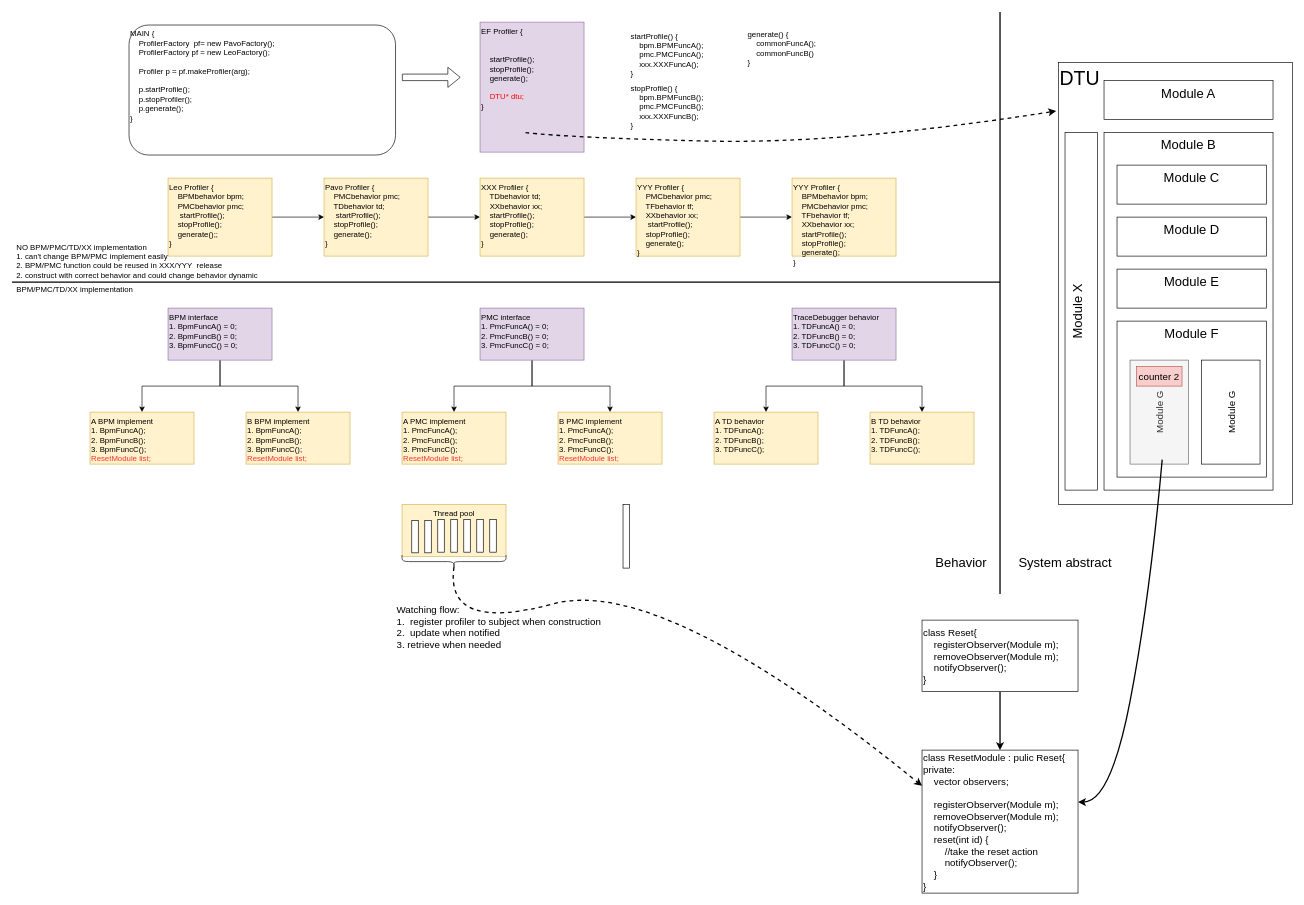
This is page "Page-2" (2 of 3) of diagram/bpm.drawio from dracohan/withon, a draw.io file, before an edit. Source tidied: cells renumbered, new cells numbered last; positions are measured from the earlier drawing's top-left corner, leaving out a move shared by most shapes. Both pictures are drawn from the tidied source at 65%, with x=0, y=0 at pixel (12, 12).
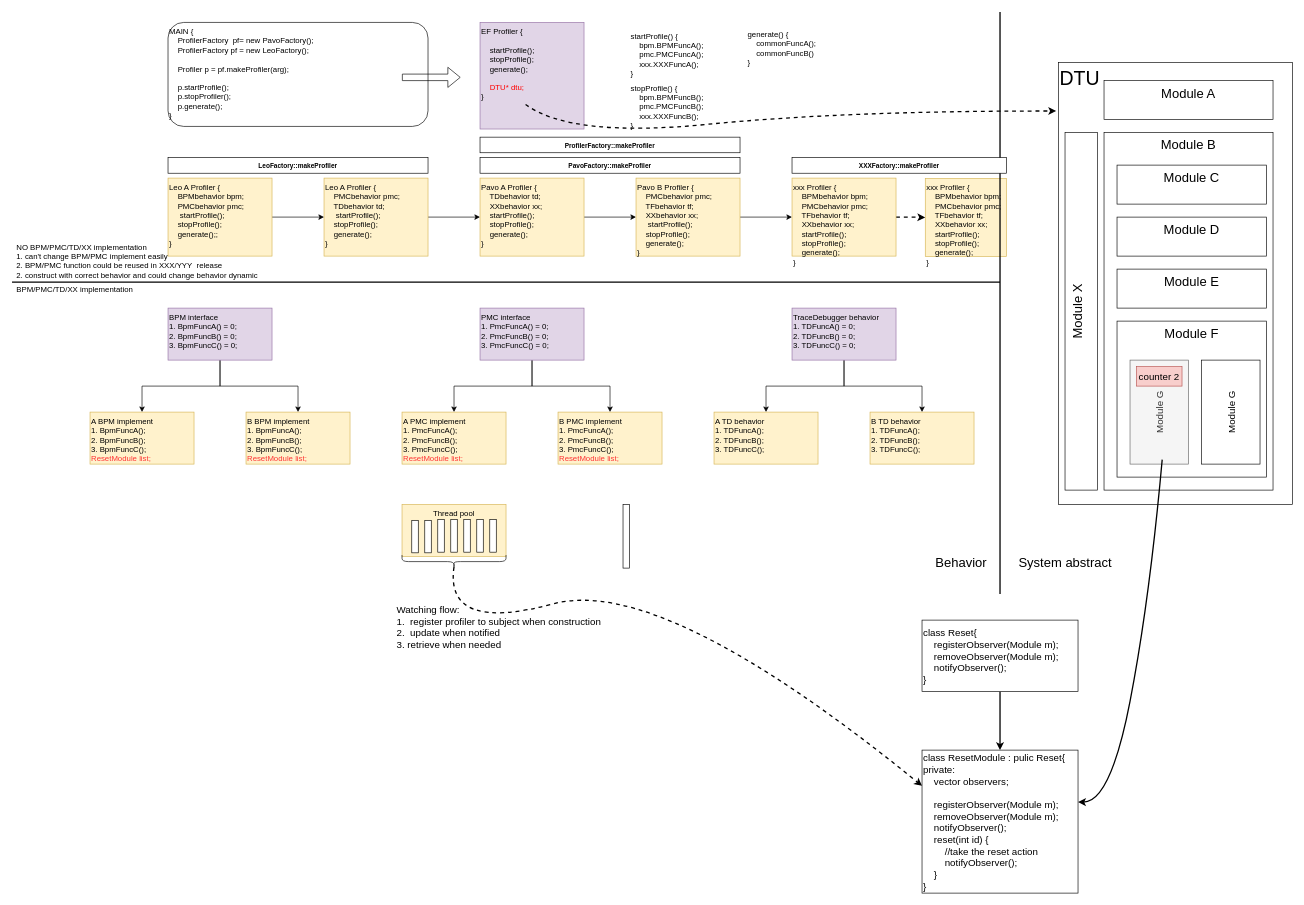
The same diagram, later.

What changed in the source:
```diff
@@
-    <mxCell id="13" value="Pavo Profiler {&lt;br&gt;&amp;nbsp; &amp;nbsp; PMCbehavior pmc;&lt;br&gt;&amp;nbsp; &amp;nbsp; TDbehavior td;&lt;br&gt;&amp;nbsp; &amp;nbsp; &amp;nbsp;startProfile();&lt;br&gt;&amp;nbsp; &amp;nbsp;&amp;nbsp;stopProfile();&lt;br&gt;&amp;nbsp; &amp;nbsp; generate();&lt;br&gt;}" style="rounded=0;whiteSpace=wrap;html=1;align=left;verticalAlign=top;fillColor=#fff2cc;strokeColor=#d6b656;" parent="1" vertex="1">
+    <mxCell id="13" value="Leo A Profiler {&lt;br&gt;&amp;nbsp; &amp;nbsp; PMCbehavior pmc;&lt;br&gt;&amp;nbsp; &amp;nbsp; TDbehavior td;&lt;br&gt;&amp;nbsp; &amp;nbsp; &amp;nbsp;startProfile();&lt;br&gt;&amp;nbsp; &amp;nbsp;&amp;nbsp;stopProfile();&lt;br&gt;&amp;nbsp; &amp;nbsp; generate();&lt;br&gt;}" style="rounded=0;whiteSpace=wrap;html=1;align=left;verticalAlign=top;fillColor=#fff2cc;strokeColor=#d6b656;" parent="1" vertex="1">
       <mxGeometry x="480" y="255.5" width="160" height="120" as="geometry" />
     </mxCell>
@@
-    <mxCell id="15" value="Leo Profiler {&lt;br&gt;&amp;nbsp; &amp;nbsp; BPMbehavior bpm;&lt;br&gt;&amp;nbsp; &amp;nbsp; PMCbehavior pmc;&lt;br&gt;&amp;nbsp; &amp;nbsp; &amp;nbsp;startProfile();&lt;br&gt;&amp;nbsp; &amp;nbsp;&amp;nbsp;stopProfile();&lt;br&gt;&amp;nbsp; &amp;nbsp; generate();;&lt;br&gt;}" style="rounded=0;whiteSpace=wrap;html=1;align=left;verticalAlign=top;fillColor=#fff2cc;strokeColor=#d6b656;" parent="1" vertex="1">
+    <mxCell id="15" value="Leo A Profiler {&lt;br&gt;&amp;nbsp; &amp;nbsp; BPMbehavior bpm;&lt;br&gt;&amp;nbsp; &amp;nbsp; PMCbehavior pmc;&lt;br&gt;&amp;nbsp; &amp;nbsp; &amp;nbsp;startProfile();&lt;br&gt;&amp;nbsp; &amp;nbsp;&amp;nbsp;stopProfile();&lt;br&gt;&amp;nbsp; &amp;nbsp; generate();;&lt;br&gt;}" style="rounded=0;whiteSpace=wrap;html=1;align=left;verticalAlign=top;fillColor=#fff2cc;strokeColor=#d6b656;" parent="1" vertex="1">
       <mxGeometry x="240" y="255.5" width="160" height="120" as="geometry" />
     </mxCell>
@@
-    <mxCell id="17" value="XXX Profiler {&lt;br&gt;&amp;nbsp; &amp;nbsp; TDbehavior td;&lt;br&gt;&amp;nbsp; &amp;nbsp; XXbehavior xx;&lt;br&gt;&amp;nbsp; &amp;nbsp;&amp;nbsp;startProfile();&lt;br&gt;&amp;nbsp; &amp;nbsp;&amp;nbsp;stopProfile();&lt;br&gt;&amp;nbsp; &amp;nbsp; generate();&lt;br&gt;}" style="rounded=0;whiteSpace=wrap;html=1;align=left;verticalAlign=top;fillColor=#fff2cc;strokeColor=#d6b656;" parent="1" vertex="1">
+    <mxCell id="17" value="Pavo A Profiler {&lt;br&gt;&amp;nbsp; &amp;nbsp; TDbehavior td;&lt;br&gt;&amp;nbsp; &amp;nbsp; XXbehavior xx;&lt;br&gt;&amp;nbsp; &amp;nbsp;&amp;nbsp;startProfile();&lt;br&gt;&amp;nbsp; &amp;nbsp;&amp;nbsp;stopProfile();&lt;br&gt;&amp;nbsp; &amp;nbsp; generate();&lt;br&gt;}" style="rounded=0;whiteSpace=wrap;html=1;align=left;verticalAlign=top;fillColor=#fff2cc;strokeColor=#d6b656;" parent="1" vertex="1">
       <mxGeometry x="720" y="255.5" width="160" height="120" as="geometry" />
     </mxCell>
-    <mxCell id="18" value="EF Profiler {&lt;br&gt;&lt;br&gt;&lt;br&gt;&amp;nbsp; &amp;nbsp; startProfile();&lt;br&gt;&amp;nbsp; &amp;nbsp;&amp;nbsp;stopProfile();&lt;br&gt;&amp;nbsp; &amp;nbsp; generate();&lt;br&gt;&lt;br&gt;&amp;nbsp; &amp;nbsp;&lt;font color=&quot;#ff0000&quot;&gt; DTU* dtu;&lt;/font&gt;&lt;br&gt;}" style="rounded=0;whiteSpace=wrap;html=1;align=left;verticalAlign=top;fillColor=#e1d5e7;strokeColor=#9673a6;" parent="1" vertex="1">
-      <mxGeometry x="720" y="15.5" width="160" height="200" as="geometry" />
+    <mxCell id="18" value="EF Profiler {&lt;br&gt;&lt;br&gt;&amp;nbsp; &amp;nbsp; startProfile();&lt;br&gt;&amp;nbsp; &amp;nbsp;&amp;nbsp;stopProfile();&lt;br&gt;&amp;nbsp; &amp;nbsp; generate();&lt;br&gt;&lt;br&gt;&amp;nbsp; &amp;nbsp;&lt;font color=&quot;#ff0000&quot;&gt; DTU* dtu;&lt;/font&gt;&lt;br&gt;}" style="rounded=0;whiteSpace=wrap;html=1;align=left;verticalAlign=top;fillColor=#e1d5e7;strokeColor=#9673a6;" parent="1" vertex="1">
+      <mxGeometry x="720" y="16" width="160" height="164" as="geometry" />
     </mxCell>
@@
-    <mxCell id="25" value="YYY Profiler {&lt;br&gt;&amp;nbsp; &amp;nbsp; PMCbehavior pmc;&lt;br&gt;&amp;nbsp; &amp;nbsp; TFbehavior tf;&lt;br&gt;&amp;nbsp; &amp;nbsp; XXbehavior xx;&lt;br&gt;&amp;nbsp; &amp;nbsp;&amp;nbsp;&amp;nbsp;startProfile();&lt;br&gt;&amp;nbsp; &amp;nbsp;&amp;nbsp;stopProfile();&lt;br&gt;&amp;nbsp; &amp;nbsp; generate();&lt;br&gt;}" style="rounded=0;whiteSpace=wrap;html=1;align=left;verticalAlign=top;fillColor=#fff2cc;strokeColor=#d6b656;" parent="1" vertex="1">
+    <mxCell id="25" value="Pavo B Profiler {&lt;br&gt;&amp;nbsp; &amp;nbsp; PMCbehavior pmc;&lt;br&gt;&amp;nbsp; &amp;nbsp; TFbehavior tf;&lt;br&gt;&amp;nbsp; &amp;nbsp; XXbehavior xx;&lt;br&gt;&amp;nbsp; &amp;nbsp;&amp;nbsp;&amp;nbsp;startProfile();&lt;br&gt;&amp;nbsp; &amp;nbsp;&amp;nbsp;stopProfile();&lt;br&gt;&amp;nbsp; &amp;nbsp; generate();&lt;br&gt;}" style="rounded=0;whiteSpace=wrap;html=1;align=left;verticalAlign=top;fillColor=#fff2cc;strokeColor=#d6b656;" parent="1" vertex="1">
       <mxGeometry x="960" y="255.5" width="160" height="120" as="geometry" />
     </mxCell>
+    <mxCell id="66" style="edgeStyle=orthogonalEdgeStyle;rounded=0;jettySize=auto;html=1;dashed=1;startArrow=none;startFill=0;endArrow=classic;endFill=1;strokeWidth=2;fontSize=10;" parent="1" edge="1" source="26" target="67">
+      <mxGeometry relative="1" as="geometry" />
+    </mxCell>
-    <mxCell id="26" value="YYY Profiler {&lt;br&gt;&amp;nbsp; &amp;nbsp; BPMbehavior bpm;&lt;br&gt;&amp;nbsp; &amp;nbsp; PMCbehavior pmc;&lt;br&gt;&amp;nbsp; &amp;nbsp; TFbehavior tf;&lt;br&gt;&amp;nbsp; &amp;nbsp; XXbehavior xx;&lt;br&gt;&amp;nbsp; &amp;nbsp;&amp;nbsp;startProfile();&lt;br&gt;&amp;nbsp; &amp;nbsp;&amp;nbsp;stopProfile();&lt;br&gt;&amp;nbsp; &amp;nbsp; generate();&lt;br&gt;}" style="rounded=0;whiteSpace=wrap;html=1;align=left;verticalAlign=top;fillColor=#fff2cc;strokeColor=#d6b656;" parent="1" vertex="1">
+    <mxCell id="26" value="xxx Profiler {&lt;br&gt;&amp;nbsp; &amp;nbsp; BPMbehavior bpm;&lt;br&gt;&amp;nbsp; &amp;nbsp; PMCbehavior pmc;&lt;br&gt;&amp;nbsp; &amp;nbsp; TFbehavior tf;&lt;br&gt;&amp;nbsp; &amp;nbsp; XXbehavior xx;&lt;br&gt;&amp;nbsp; &amp;nbsp;&amp;nbsp;startProfile();&lt;br&gt;&amp;nbsp; &amp;nbsp;&amp;nbsp;stopProfile();&lt;br&gt;&amp;nbsp; &amp;nbsp; generate();&lt;br&gt;}" style="rounded=0;whiteSpace=wrap;html=1;align=left;verticalAlign=top;fillColor=#fff2cc;strokeColor=#d6b656;" parent="1" vertex="1">
       <mxGeometry x="1200" y="255.5" width="160" height="120" as="geometry" />
     </mxCell>
+    <mxCell id="67" value="xxx Profiler {&lt;br&gt;&amp;nbsp; &amp;nbsp; BPMbehavior bpm;&lt;br&gt;&amp;nbsp; &amp;nbsp; PMCbehavior pmc;&lt;br&gt;&amp;nbsp; &amp;nbsp; TFbehavior tf;&lt;br&gt;&amp;nbsp; &amp;nbsp; XXbehavior xx;&lt;br&gt;&amp;nbsp; &amp;nbsp;&amp;nbsp;startProfile();&lt;br&gt;&amp;nbsp; &amp;nbsp;&amp;nbsp;stopProfile();&lt;br&gt;&amp;nbsp; &amp;nbsp; generate();&lt;br&gt;}" style="rounded=0;whiteSpace=wrap;html=1;align=left;verticalAlign=top;fillColor=#fff2cc;strokeColor=#d6b656;" parent="1" vertex="1">
+      <mxGeometry x="1405" y="256" width="125" height="120" as="geometry" />
+    </mxCell>
@@
     <mxCell id="30" value="MAIN {&lt;br&gt;&amp;nbsp; &amp;nbsp; ProfilerFactory&amp;nbsp; pf= new PavoFactory();&lt;br&gt;&amp;nbsp; &amp;nbsp; ProfilerFactory pf = new LeoFactory();&lt;br&gt;&lt;br&gt;&amp;nbsp; &amp;nbsp; Profiler p = pf.makeProfiler(arg);&lt;br&gt;&lt;br&gt;&amp;nbsp; &amp;nbsp; p.startProfile();&lt;br&gt;&amp;nbsp; &amp;nbsp; p.stopProfiler();&lt;br&gt;&amp;nbsp; &amp;nbsp; p.generate();&lt;br&gt;}" style="rounded=1;whiteSpace=wrap;html=1;align=left;verticalAlign=top;" parent="1" vertex="1">
-      <mxGeometry x="180" y="20" width="410" height="200" as="geometry" />
+      <mxGeometry x="240" y="16" width="400" height="160" as="geometry" />
     </mxCell>
@@
-    <mxCell id="48" style="curved=1;endArrow=classic;html=1;strokeWidth=2;fontSize=15;entryX=-0.01;entryY=0.113;entryDx=0;entryDy=0;entryPerimeter=0;dashed=1;" parent="1" edge="1">
+    <mxCell id="48" style="curved=1;endArrow=classic;html=1;strokeWidth=2;fontSize=15;entryX=-0.01;entryY=0.113;entryDx=0;entryDy=0;entryPerimeter=0;dashed=1;exitX=0.438;exitY=0.77;exitDx=0;exitDy=0;exitPerimeter=0;" parent="1" edge="1" source="18">
       <mxGeometry relative="1" as="geometry">
-        <mxPoint x="790" y="185.5" as="sourcePoint" />
         <mxPoint x="1606.4" y="152.3" as="targetPoint" />
         <Array as="points">
           <mxPoint x="860" y="193.5" />
-          <mxPoint x="1280" y="203.5" />
+          <mxPoint x="1280" y="152" />
         </Array>
       </mxGeometry>
     </mxCell>
@@
+    <mxCell id="68" value="LeoFactory::makeProfiler" style="rounded=0;whiteSpace=wrap;html=1;fontSize=10;align=center;fontStyle=1;" parent="1" vertex="1">
+      <mxGeometry x="240" y="224" width="400" height="24" as="geometry" />
+    </mxCell>
+    <mxCell id="69" value="PavoFactory::makeProfiler" style="rounded=0;whiteSpace=wrap;html=1;fontSize=10;align=center;fontStyle=1;" parent="1" vertex="1">
+      <mxGeometry x="720" y="224" width="400" height="24" as="geometry" />
+    </mxCell>
+    <mxCell id="70" value="XXXFactory::makeProfiler" style="rounded=0;whiteSpace=wrap;html=1;fontSize=10;align=center;fontStyle=1;" parent="1" vertex="1">
+      <mxGeometry x="1200" y="224" width="330" height="24" as="geometry" />
+    </mxCell>
+    <mxCell id="71" value="ProfilerFactory::makeProfiler" style="rounded=0;whiteSpace=wrap;html=1;fontSize=10;align=center;fontStyle=1;" parent="1" vertex="1">
+      <mxGeometry x="720" y="192.5" width="400" height="24" as="geometry" />
+    </mxCell>
```
